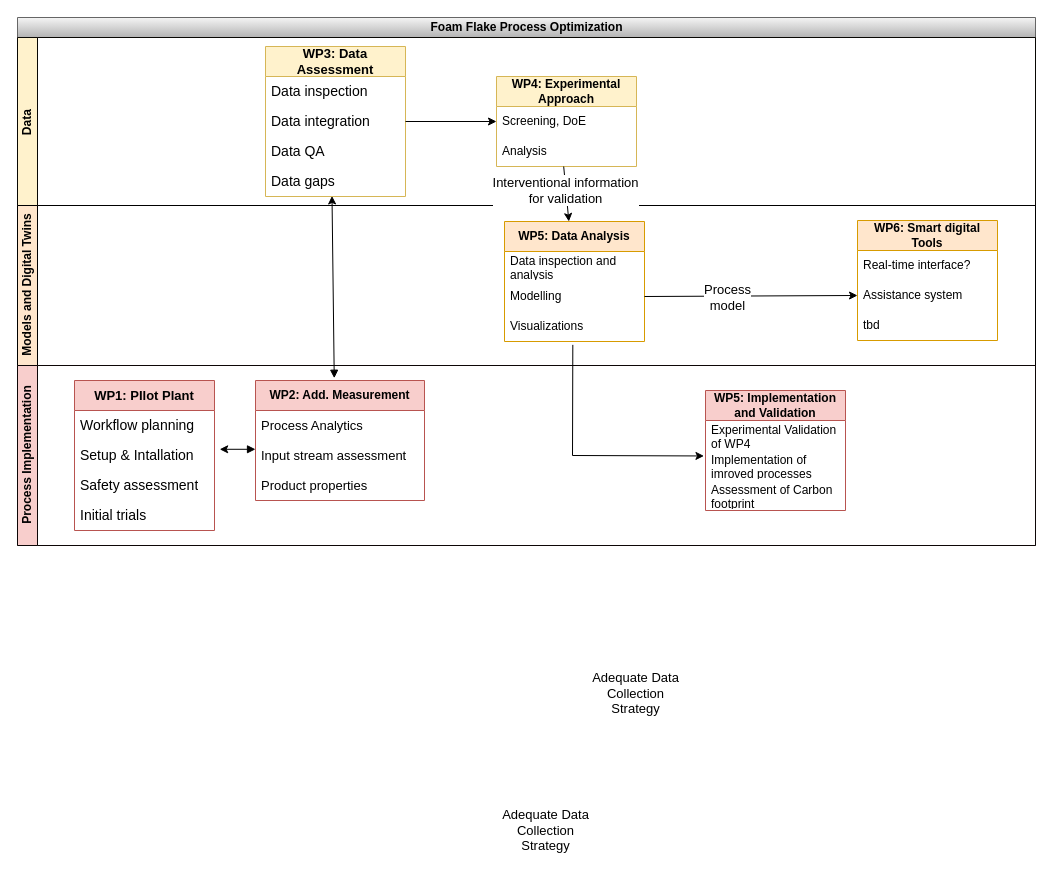
Earlier version of the draw.io diagram Nivea.drawio (kay-squared/PyTorchLearn). Source tidied: cells renumbered, new cells numbered last; positions are measured from the earlier drawing's top-left corner, leaving out a move shared by most shapes. Both pictures are drawn from the tidied source at 100%, with x=0, y=0 at pixel (17, 17).
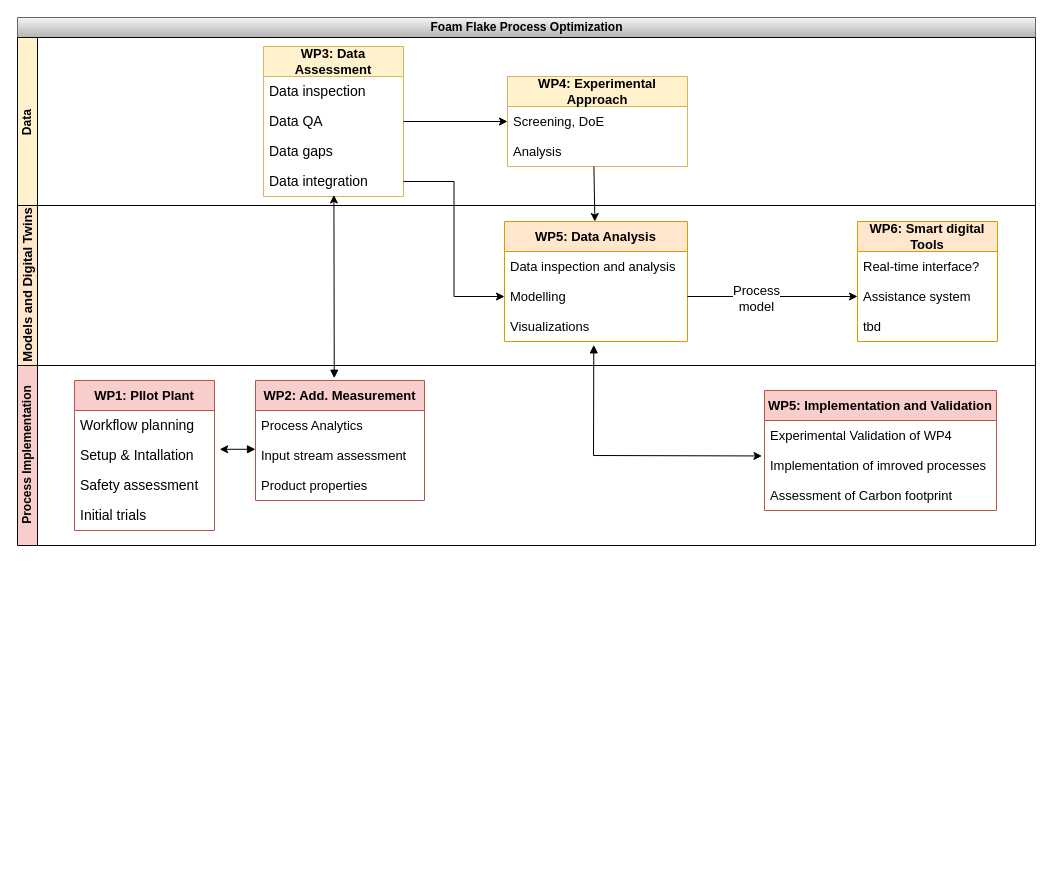
The same page after the edit.

Unchanged cells that the change refers to:
```xml
<mxCell id="2" value="Foam Flake Process Optimization" style="swimlane;horizontal=1;startSize=20;html=1;fillColor=#f5f5f5;strokeColor=#666666;gradientColor=#b3b3b3;" parent="1" vertex="1">
  <mxGeometry width="1018" height="528" as="geometry" />
</mxCell>
<mxCell id="3" value="Data&amp;nbsp;" style="swimlane;startSize=20;horizontal=0;html=1;fillColor=#fff2cc;strokeColor=#080703;" parent="2" vertex="1">
  <mxGeometry y="20" width="1018" height="168" as="geometry" />
</mxCell>
<mxCell id="24" value="Process Implementation" style="swimlane;startSize=20;horizontal=0;html=1;fillColor=#f8cecc;strokeColor=#0D0606;" parent="2" vertex="1">
  <mxGeometry y="348" width="1018" height="180" as="geometry" />
</mxCell>
<mxCell id="38" style="endArrow=classic;html=1;rounded=0;entryX=1.037;entryY=0.293;entryDx=0;entryDy=0;exitX=0;exitY=0.293;exitDx=0;exitDy=0;exitPerimeter=0;entryPerimeter=0;startArrow=block;startFill=1;" parent="24" edge="1" source="36" target="31">
  <mxGeometry relative="1" as="geometry" />
</mxCell>
<mxCell id="40" style="endArrow=classic;html=1;rounded=0;exitX=0.48;exitY=1;exitDx=0;exitDy=0;exitPerimeter=0;" parent="2" edge="1" source="6" target="18">
  <mxGeometry relative="1" as="geometry" />
</mxCell>
```

What changed in the source:
```diff
@@
-    <mxCell id="4" value="&lt;b&gt;WP4: Experimental Approach&lt;/b&gt;" style="swimlane;fontStyle=0;horizontal=1;startSize=30;whiteSpace=wrap;html=1;fillColor=#fff2cc;strokeColor=#d6b656;" parent="3" vertex="1">
-      <mxGeometry x="479" y="39" width="140" height="90" as="geometry" />
+    <mxCell id="4" value="&lt;b&gt;&lt;font style=&quot;font-size: 13px;&quot;&gt;WP4: Experimental Approach&lt;/font&gt;&lt;/b&gt;" style="swimlane;fontStyle=0;horizontal=1;startSize=30;whiteSpace=wrap;html=1;fillColor=#fff2cc;strokeColor=#d6b656;" parent="3" vertex="1">
+      <mxGeometry x="490" y="39" width="180" height="90" as="geometry" />
     </mxCell>
-    <mxCell id="5" value="Screening, DoE" style="text;strokeColor=none;fillColor=none;align=left;verticalAlign=middle;spacingLeft=4;spacingRight=4;overflow=hidden;points=[[0,0.5],[1,0.5]];portConstraint=eastwest;whiteSpace=wrap;html=1;" parent="4" vertex="1">
-      <mxGeometry y="30" width="140" height="30" as="geometry" />
+    <mxCell id="5" value="Screening, DoE" style="text;strokeColor=none;fillColor=none;align=left;verticalAlign=middle;spacingLeft=4;spacingRight=4;overflow=hidden;points=[[0,0.5],[1,0.5]];portConstraint=eastwest;whiteSpace=wrap;html=1;fontSize=13;" parent="4" vertex="1">
+      <mxGeometry y="30" width="180" height="30" as="geometry" />
     </mxCell>
-    <mxCell id="6" value="Analysis" style="text;strokeColor=none;fillColor=none;align=left;verticalAlign=middle;spacingLeft=4;spacingRight=4;overflow=hidden;points=[[0,0.5],[1,0.5]];portConstraint=eastwest;whiteSpace=wrap;html=1;" parent="4" vertex="1">
-      <mxGeometry y="60" width="140" height="30" as="geometry" />
+    <mxCell id="6" value="Analysis" style="text;strokeColor=none;fillColor=none;align=left;verticalAlign=middle;spacingLeft=4;spacingRight=4;overflow=hidden;points=[[0,0.5],[1,0.5]];portConstraint=eastwest;whiteSpace=wrap;html=1;fontSize=13;" parent="4" vertex="1">
+      <mxGeometry y="60" width="180" height="30" as="geometry" />
     </mxCell>
     <mxCell id="7" value="&lt;b style=&quot;font-size: 13px;&quot;&gt;WP3: Data Assessment&lt;/b&gt;" style="swimlane;fontStyle=0;horizontal=1;startSize=30;whiteSpace=wrap;html=1;fillColor=#fff2cc;strokeColor=#d6b656;fontSize=13;" parent="3" vertex="1">
-      <mxGeometry x="248" y="9" width="140" height="150" as="geometry" />
+      <mxGeometry x="246" y="9" width="140" height="150" as="geometry" />
     </mxCell>
@@
-    <mxCell id="9" value="Data integration" style="text;strokeColor=none;fillColor=none;align=left;verticalAlign=middle;spacingLeft=4;spacingRight=4;overflow=hidden;points=[[0,0.5],[1,0.5]];portConstraint=eastwest;whiteSpace=wrap;html=1;fontSize=14;" parent="7" vertex="1">
-      <mxGeometry y="60" width="140" height="30" as="geometry" />
-    </mxCell>
     <mxCell id="10" value="Data QA" style="text;strokeColor=none;fillColor=none;align=left;verticalAlign=middle;spacingLeft=4;spacingRight=4;overflow=hidden;points=[[0,0.5],[1,0.5]];portConstraint=eastwest;whiteSpace=wrap;html=1;fontSize=14;" parent="7" vertex="1">
-      <mxGeometry y="90" width="140" height="30" as="geometry" />
+      <mxGeometry y="60" width="140" height="30" as="geometry" />
     </mxCell>
     <mxCell id="11" value="Data gaps" style="text;strokeColor=none;fillColor=none;align=left;verticalAlign=middle;spacingLeft=4;spacingRight=4;overflow=hidden;points=[[0,0.5],[1,0.5]];portConstraint=eastwest;whiteSpace=wrap;html=1;fontSize=14;" parent="7" vertex="1">
-      <mxGeometry y="120" width="140" height="30" as="geometry" />
+      <mxGeometry y="90" width="140" height="30" as="geometry" />
     </mxCell>
+    <mxCell id="9" value="Data integration" style="text;strokeColor=none;fillColor=none;align=left;verticalAlign=middle;spacingLeft=4;spacingRight=4;overflow=hidden;points=[[0,0.5],[1,0.5]];portConstraint=eastwest;whiteSpace=wrap;html=1;fontSize=14;" parent="7" vertex="1">
+      <mxGeometry y="120" width="140" height="30" as="geometry" />
+    </mxCell>
-    <mxCell id="12" style="edgeStyle=orthogonalEdgeStyle;rounded=0;jettySize=auto;html=1;entryX=0;entryY=0.5;entryDx=0;entryDy=0;" parent="3" edge="1" source="9" target="5">
+    <mxCell id="12" style="edgeStyle=orthogonalEdgeStyle;rounded=0;jettySize=auto;html=1;entryX=0;entryY=0.5;entryDx=0;entryDy=0;" parent="3" edge="1" source="10" target="5">
       <mxGeometry relative="1" as="geometry" />
     </mxCell>
-    <mxCell id="13" value="Models and Digital Twins" style="swimlane;startSize=20;horizontal=0;html=1;fillColor=#ffe6cc;strokeColor=#000000;" parent="2" vertex="1">
+    <mxCell id="13" value="Models and Digital Twins" style="swimlane;startSize=20;horizontal=0;html=1;fillColor=#ffe6cc;strokeColor=#000000;fontSize=13;" parent="2" vertex="1">
       <mxGeometry y="188" width="1018" height="160" as="geometry" />
     </mxCell>
-    <mxCell id="14" value="&lt;b&gt;WP6: Smart digital Tools&lt;/b&gt;" style="swimlane;fontStyle=0;horizontal=1;startSize=30;whiteSpace=wrap;html=1;fillColor=#ffe6cc;strokeColor=#d79b00;" parent="13" vertex="1">
-      <mxGeometry x="840" y="15" width="140" height="120" as="geometry" />
+    <mxCell id="14" value="&lt;b&gt;&lt;font style=&quot;font-size: 13px;&quot;&gt;WP6: Smart digital Tools&lt;/font&gt;&lt;/b&gt;" style="swimlane;fontStyle=0;horizontal=1;startSize=30;whiteSpace=wrap;html=1;fillColor=#ffe6cc;strokeColor=#d79b00;" parent="13" vertex="1">
+      <mxGeometry x="840" y="16" width="140" height="120" as="geometry" />
     </mxCell>
-    <mxCell id="15" value="Real-time interface?" style="text;strokeColor=none;fillColor=none;align=left;verticalAlign=middle;spacingLeft=4;spacingRight=4;overflow=hidden;whiteSpace=wrap;html=1;" parent="14" vertex="1">
+    <mxCell id="15" value="Real-time interface?" style="text;strokeColor=none;fillColor=none;align=left;verticalAlign=middle;spacingLeft=4;spacingRight=4;overflow=hidden;whiteSpace=wrap;html=1;fontSize=13;" parent="14" vertex="1">
       <mxGeometry y="30" width="140" height="30" as="geometry" />
     </mxCell>
-    <mxCell id="16" value="Assistance system" style="text;strokeColor=none;fillColor=none;align=left;verticalAlign=middle;spacingLeft=4;spacingRight=4;overflow=hidden;points=[[0,0.5],[1,0.5]];portConstraint=eastwest;whiteSpace=wrap;html=1;" parent="14" vertex="1">
+    <mxCell id="16" value="Assistance system" style="text;strokeColor=none;fillColor=none;align=left;verticalAlign=middle;spacingLeft=4;spacingRight=4;overflow=hidden;points=[[0,0.5],[1,0.5]];portConstraint=eastwest;whiteSpace=wrap;html=1;fontSize=13;" parent="14" vertex="1">
       <mxGeometry y="60" width="140" height="30" as="geometry" />
     </mxCell>
-    <mxCell id="17" value="tbd" style="text;strokeColor=none;fillColor=none;align=left;verticalAlign=middle;spacingLeft=4;spacingRight=4;overflow=hidden;whiteSpace=wrap;html=1;" parent="14" vertex="1">
+    <mxCell id="17" value="tbd" style="text;strokeColor=none;fillColor=none;align=left;verticalAlign=middle;spacingLeft=4;spacingRight=4;overflow=hidden;whiteSpace=wrap;html=1;fontSize=13;" parent="14" vertex="1">
       <mxGeometry y="90" width="140" height="30" as="geometry" />
     </mxCell>
-    <mxCell id="18" value="&lt;b&gt;WP5: Data Analysis&lt;/b&gt;" style="swimlane;fontStyle=0;horizontal=1;startSize=30;whiteSpace=wrap;html=1;fillColor=#ffe6cc;strokeColor=#d79b00;" parent="13" vertex="1">
-      <mxGeometry x="487" y="16" width="140" height="120" as="geometry" />
+    <mxCell id="18" value="&lt;b&gt;&lt;font style=&quot;font-size: 13px;&quot;&gt;WP5: Data Analysis&lt;/font&gt;&lt;/b&gt;" style="swimlane;fontStyle=0;horizontal=1;startSize=30;whiteSpace=wrap;html=1;fillColor=#ffe6cc;strokeColor=#d79b00;" parent="13" vertex="1">
+      <mxGeometry x="487" y="16" width="183" height="120" as="geometry" />
     </mxCell>
-    <mxCell id="19" value="Data inspection and analysis" style="text;strokeColor=none;fillColor=none;align=left;verticalAlign=middle;spacingLeft=4;spacingRight=4;overflow=hidden;whiteSpace=wrap;html=1;" parent="18" vertex="1">
-      <mxGeometry y="30" width="140" height="30" as="geometry" />
+    <mxCell id="19" value="Data inspection and analysis" style="text;strokeColor=none;fillColor=none;align=left;verticalAlign=middle;spacingLeft=4;spacingRight=4;overflow=hidden;whiteSpace=wrap;html=1;fontSize=13;" parent="18" vertex="1">
+      <mxGeometry y="30" width="183" height="30" as="geometry" />
     </mxCell>
-    <mxCell id="20" value="Modelling" style="text;strokeColor=none;fillColor=none;align=left;verticalAlign=middle;spacingLeft=4;spacingRight=4;overflow=hidden;points=[[0,0.5],[1,0.5]];portConstraint=eastwest;whiteSpace=wrap;html=1;" parent="18" vertex="1">
-      <mxGeometry y="60" width="140" height="30" as="geometry" />
+    <mxCell id="20" value="Modelling" style="text;strokeColor=none;fillColor=none;align=left;verticalAlign=middle;spacingLeft=4;spacingRight=4;overflow=hidden;points=[[0,0.5],[1,0.5]];portConstraint=eastwest;whiteSpace=wrap;html=1;fontSize=13;" parent="18" vertex="1">
+      <mxGeometry y="60" width="183" height="30" as="geometry" />
     </mxCell>
-    <mxCell id="21" value="Visualizations" style="text;strokeColor=none;fillColor=none;align=left;verticalAlign=middle;spacingLeft=4;spacingRight=4;overflow=hidden;points=[[0,0.5],[1,0.5]];portConstraint=eastwest;whiteSpace=wrap;html=1;" parent="18" vertex="1">
-      <mxGeometry y="90" width="140" height="30" as="geometry" />
+    <mxCell id="21" value="Visualizations" style="text;strokeColor=none;fillColor=none;align=left;verticalAlign=middle;spacingLeft=4;spacingRight=4;overflow=hidden;points=[[0,0.5],[1,0.5]];portConstraint=eastwest;whiteSpace=wrap;html=1;fontSize=13;" parent="18" vertex="1">
+      <mxGeometry y="90" width="183" height="30" as="geometry" />
     </mxCell>
@@
-    <mxCell id="25" value="&lt;b&gt;WP5: Implementation and Validation&lt;/b&gt;" style="swimlane;fontStyle=0;horizontal=1;startSize=30;whiteSpace=wrap;html=1;fillColor=#f8cecc;strokeColor=#b85450;" parent="24" vertex="1">
-      <mxGeometry x="688" y="25" width="140" height="120" as="geometry" />
+    <mxCell id="25" value="&lt;b style=&quot;font-size: 13px;&quot;&gt;WP5: Implementation and Validation&lt;/b&gt;" style="swimlane;fontStyle=0;horizontal=1;startSize=30;whiteSpace=wrap;html=1;fillColor=#f8cecc;strokeColor=#b85450;fontSize=13;" parent="24" vertex="1">
+      <mxGeometry x="747" y="25" width="232" height="120" as="geometry" />
     </mxCell>
-    <mxCell id="26" value="Experimental Validation of WP4" style="text;strokeColor=none;fillColor=none;align=left;verticalAlign=middle;spacingLeft=4;spacingRight=4;overflow=hidden;whiteSpace=wrap;html=1;" parent="25" vertex="1">
-      <mxGeometry y="30" width="140" height="30" as="geometry" />
+    <mxCell id="26" value="Experimental Validation of WP4" style="text;strokeColor=none;fillColor=none;align=left;verticalAlign=middle;spacingLeft=4;spacingRight=4;overflow=hidden;whiteSpace=wrap;html=1;fontSize=13;" parent="25" vertex="1">
+      <mxGeometry y="30" width="232" height="30" as="geometry" />
     </mxCell>
-    <mxCell id="27" value="Implementation of imroved processes" style="text;strokeColor=none;fillColor=none;align=left;verticalAlign=middle;spacingLeft=4;spacingRight=4;overflow=hidden;points=[[0,0.5],[1,0.5]];portConstraint=eastwest;whiteSpace=wrap;html=1;" parent="25" vertex="1">
-      <mxGeometry y="60" width="140" height="30" as="geometry" />
+    <mxCell id="27" value="Implementation of imroved processes" style="text;strokeColor=none;fillColor=none;align=left;verticalAlign=middle;spacingLeft=4;spacingRight=4;overflow=hidden;points=[[0,0.5],[1,0.5]];portConstraint=eastwest;whiteSpace=wrap;html=1;fontSize=13;" parent="25" vertex="1">
+      <mxGeometry y="60" width="232" height="30" as="geometry" />
     </mxCell>
-    <mxCell id="28" value="Assessment of Carbon footprint" style="text;strokeColor=none;fillColor=none;align=left;verticalAlign=middle;spacingLeft=4;spacingRight=4;overflow=hidden;whiteSpace=wrap;html=1;" parent="25" vertex="1">
-      <mxGeometry y="90" width="140" height="30" as="geometry" />
+    <mxCell id="28" value="Assessment of Carbon footprint" style="text;strokeColor=none;fillColor=none;align=left;verticalAlign=middle;spacingLeft=4;spacingRight=4;overflow=hidden;whiteSpace=wrap;html=1;fontSize=13;" parent="25" vertex="1">
+      <mxGeometry y="90" width="232" height="30" as="geometry" />
     </mxCell>
@@
-    <mxCell id="34" value="&lt;b&gt;WP2: Add. Measurement&lt;/b&gt;" style="swimlane;fontStyle=0;horizontal=1;startSize=30;whiteSpace=wrap;html=1;fillColor=#f8cecc;strokeColor=#b85450;" parent="24" vertex="1">
+    <mxCell id="34" value="&lt;b&gt;&lt;font style=&quot;font-size: 13px;&quot;&gt;WP2: Add. Measurement&lt;/font&gt;&lt;/b&gt;" style="swimlane;fontStyle=0;horizontal=1;startSize=30;whiteSpace=wrap;html=1;fillColor=#f8cecc;strokeColor=#b85450;" parent="24" vertex="1">
       <mxGeometry x="238" y="15" width="169" height="120" as="geometry" />
     </mxCell>
@@
-    <mxCell id="39" value="Adequate Data&lt;br style=&quot;font-size: 13px;&quot;&gt;Collection&lt;br style=&quot;font-size: 13px;&quot;&gt;Strategy" style="edgeLabel;html=1;align=center;verticalAlign=middle;fontSize=13;" parent="38" vertex="1">
-      <mxGeometry x="-0.28" relative="1" as="geometry">
-        <mxPoint x="302" y="381" as="offset" />
-      </mxGeometry>
-    </mxCell>
@@
-    <mxCell id="41" value="Interventional information&lt;br style=&quot;font-size: 13px;&quot;&gt;for validation" style="edgeLabel;html=1;align=center;verticalAlign=middle;fontSize=13;" parent="40" vertex="1">
-      <mxGeometry x="-0.35" relative="1" as="geometry">
-        <mxPoint y="6" as="offset" />
-      </mxGeometry>
-    </mxCell>
-    <mxCell id="42" style="endArrow=classic;html=1;rounded=0;exitX=0.466;exitY=-0.019;exitDx=0;exitDy=0;exitPerimeter=0;startArrow=block;startFill=1;entryX=0.475;entryY=0.982;entryDx=0;entryDy=0;entryPerimeter=0;" parent="2" edge="1" source="34" target="11">
+    <mxCell id="42" style="endArrow=classic;html=1;rounded=0;exitX=0.466;exitY=-0.019;exitDx=0;exitDy=0;exitPerimeter=0;startArrow=block;startFill=1;entryX=0.503;entryY=0.949;entryDx=0;entryDy=0;entryPerimeter=0;" parent="2" edge="1" source="34" target="9">
       <mxGeometry relative="1" as="geometry" />
     </mxCell>
-    <mxCell id="43" value="Adequate Data&lt;br style=&quot;font-size: 13px;&quot;&gt;Collection&lt;br style=&quot;font-size: 13px;&quot;&gt;Strategy" style="edgeLabel;html=1;align=center;verticalAlign=middle;fontSize=13;" parent="42" vertex="1">
-      <mxGeometry x="-0.28" relative="1" as="geometry">
-        <mxPoint x="302" y="381" as="offset" />
-      </mxGeometry>
-    </mxCell>
-    <mxCell id="44" style="endArrow=classic;html=1;rounded=0;exitX=0.488;exitY=1.112;exitDx=0;exitDy=0;exitPerimeter=0;entryX=-0.011;entryY=0.182;entryDx=0;entryDy=0;entryPerimeter=0;" parent="2" edge="1" source="21" target="27">
+    <mxCell id="44" style="endArrow=classic;html=1;rounded=0;exitX=0.488;exitY=1.112;exitDx=0;exitDy=0;exitPerimeter=0;entryX=-0.011;entryY=0.182;entryDx=0;entryDy=0;entryPerimeter=0;startArrow=block;startFill=1;" parent="2" edge="1" source="21" target="27">
       <mxGeometry relative="1" as="geometry">
         <Array as="points">
-          <mxPoint x="555" y="438" />
+          <mxPoint x="576" y="438" />
         </Array>
       </mxGeometry>
     </mxCell>
+    <mxCell id="45" style="edgeStyle=orthogonalEdgeStyle;rounded=0;jettySize=auto;html=1;entryX=0;entryY=0.5;entryDx=0;entryDy=0;exitX=1;exitY=0.5;exitDx=0;exitDy=0;" parent="2" edge="1" source="9" target="20">
+      <mxGeometry relative="1" as="geometry" />
+    </mxCell>
```
